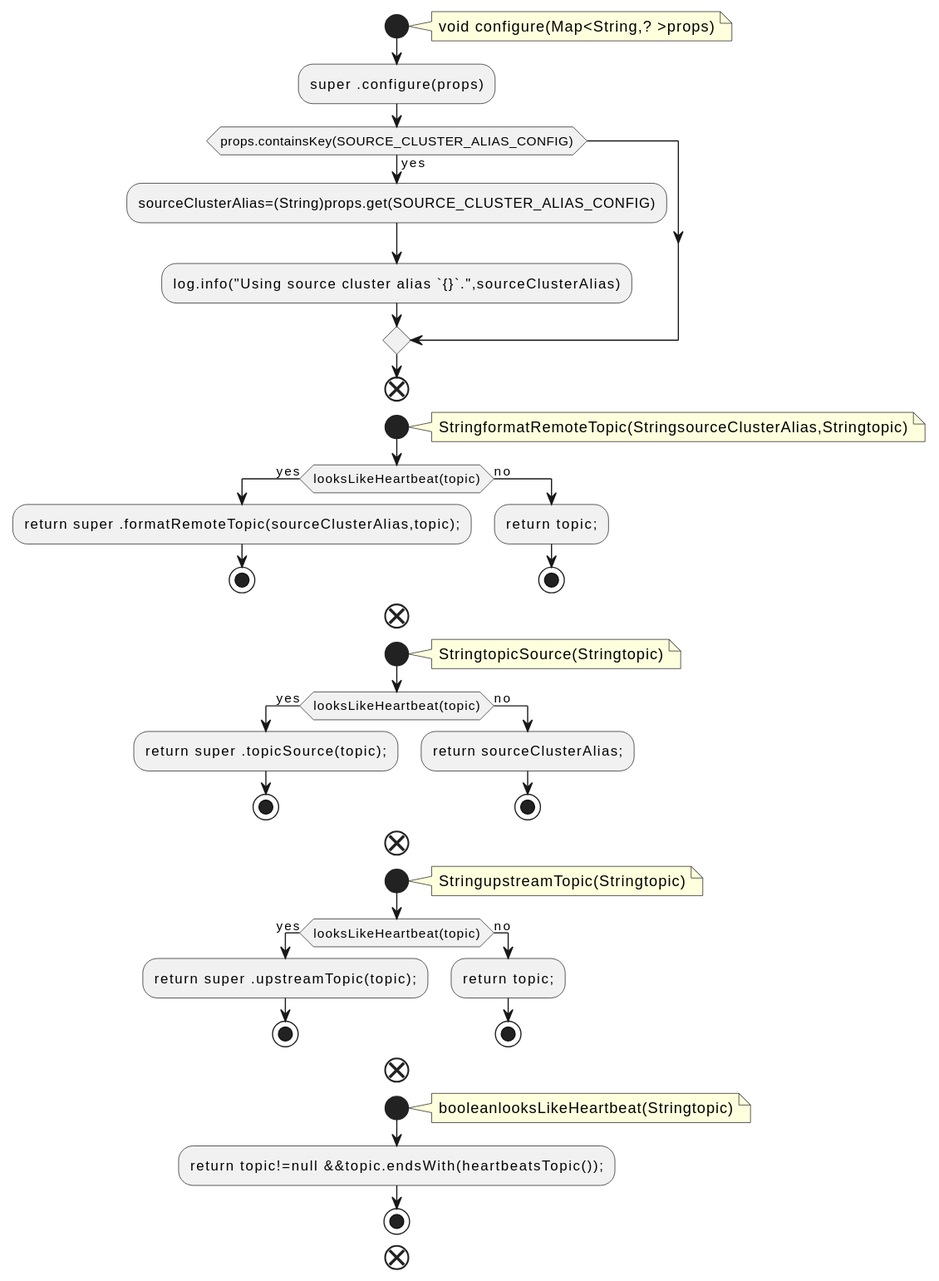
qualitesys/kafka keeps this PlantUML diagram as docs/qc/connect/mirror-client/src/main/java/org/apache/kafka/connect/mirror/IdentityReplicationPolicy.java.fct.svg. Above is the earlier version. Its diagram source:
```plantuml
@startuml
!pragma layout smetana
start
note right
void configure(Map<String,? >props)
end note
:super .configure(props);
if (props.containsKey(SOURCE_CLUSTER_ALIAS_CONFIG)) then (yes)
:sourceClusterAlias=(String)props.get(SOURCE_CLUSTER_ALIAS_CONFIG);
:log.info("Using source cluster alias `{}`.",sourceClusterAlias);
endif
end
start
note right
StringformatRemoteTopic(StringsourceClusterAlias,Stringtopic)
end note
if (looksLikeHeartbeat(topic)) then (yes)
:return super .formatRemoteTopic(sourceClusterAlias,topic);;
stop
else (no)
:return topic;;
stop
endif
end
start
note right
StringtopicSource(Stringtopic)
end note
if (looksLikeHeartbeat(topic)) then (yes)
:return super .topicSource(topic);;
stop
else (no)
:return sourceClusterAlias;;
stop
endif
end
start
note right
StringupstreamTopic(Stringtopic)
end note
if (looksLikeHeartbeat(topic)) then (yes)
:return super .upstreamTopic(topic);;
stop
else (no)
:return topic;;
stop
endif
end
start
note right
booleanlooksLikeHeartbeat(Stringtopic)
end note
:return topic!=null &&topic.endsWith(heartbeatsTopic());;
stop
end
@enduml
```
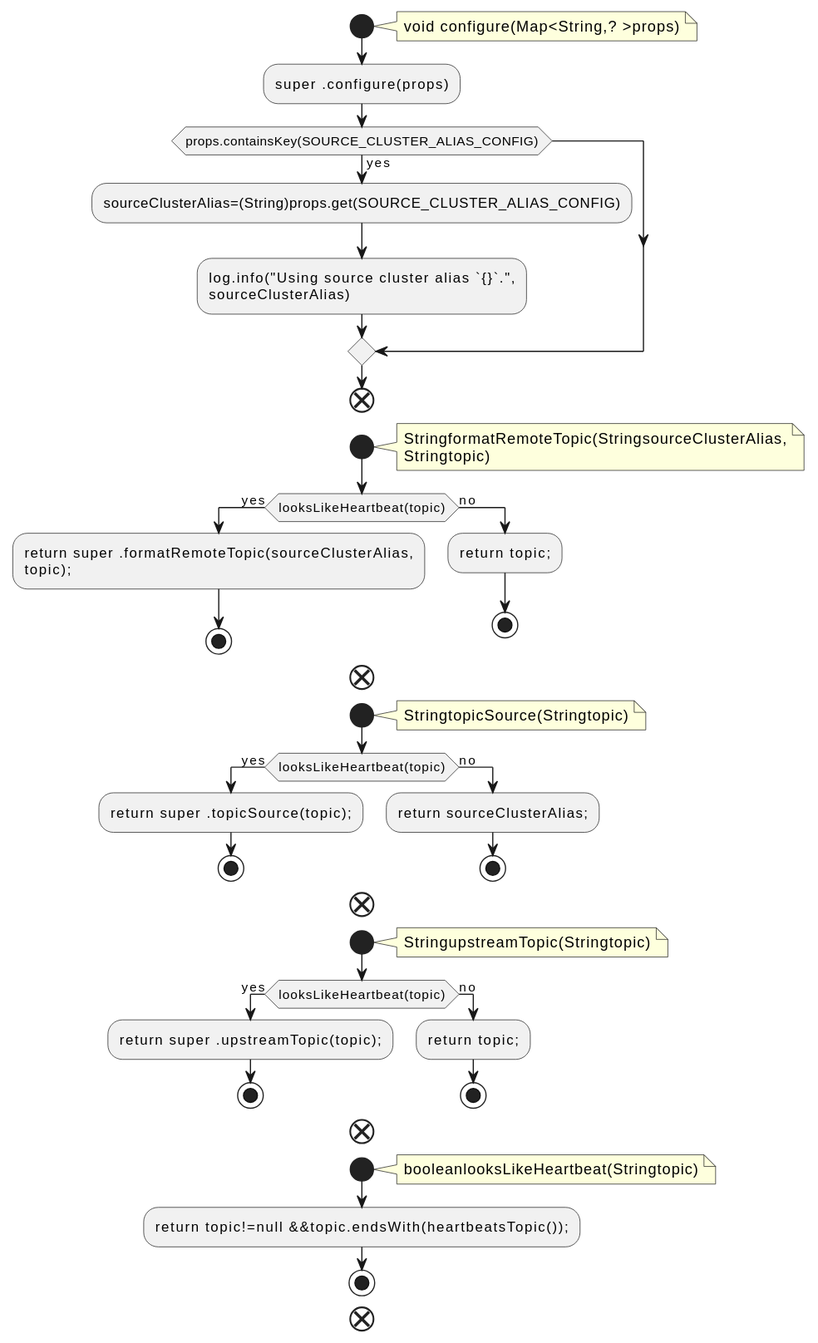
The same file after the commit.

The edit, as a diff of the source:
```diff
@@ -7,15 +7,18 @@
 :super .configure(props);
 if (props.containsKey(SOURCE_CLUSTER_ALIAS_CONFIG)) then (yes)
 :sourceClusterAlias=(String)props.get(SOURCE_CLUSTER_ALIAS_CONFIG);
-:log.info("Using source cluster alias `{}`.",sourceClusterAlias);
+:log.info("Using source cluster alias `{}`.",
+sourceClusterAlias);
 endif
 end
 start
 note right
-StringformatRemoteTopic(StringsourceClusterAlias,Stringtopic)
+StringformatRemoteTopic(StringsourceClusterAlias,
+Stringtopic)
 end note
 if (looksLikeHeartbeat(topic)) then (yes)
-:return super .formatRemoteTopic(sourceClusterAlias,topic);;
+:return super .formatRemoteTopic(sourceClusterAlias,
+topic);;
 stop
 else (no)
 :return topic;;
```
